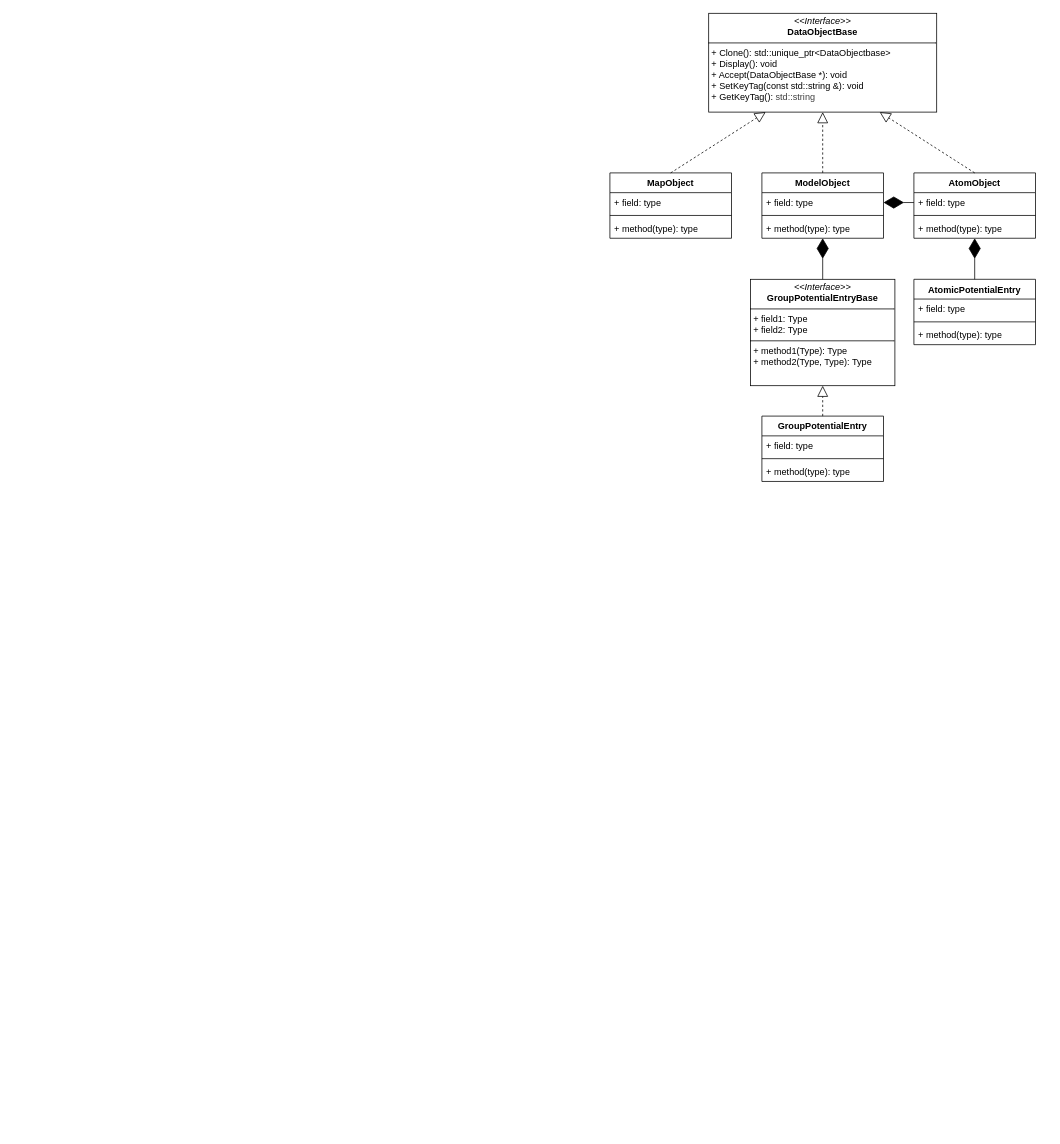
Earlier version of the draw.io diagram docs/developer/architecture/diagrams/dataobject-class-diagram.drawio (yslianTim/rhbm_gem). Source tidied: cells renumbered, new cells numbered last; positions are measured from the earlier drawing's top-left corner, leaving out a move shared by most shapes. Both pictures are drawn from the tidied source at 76%, with x=0, y=0 at pixel (610, 13).
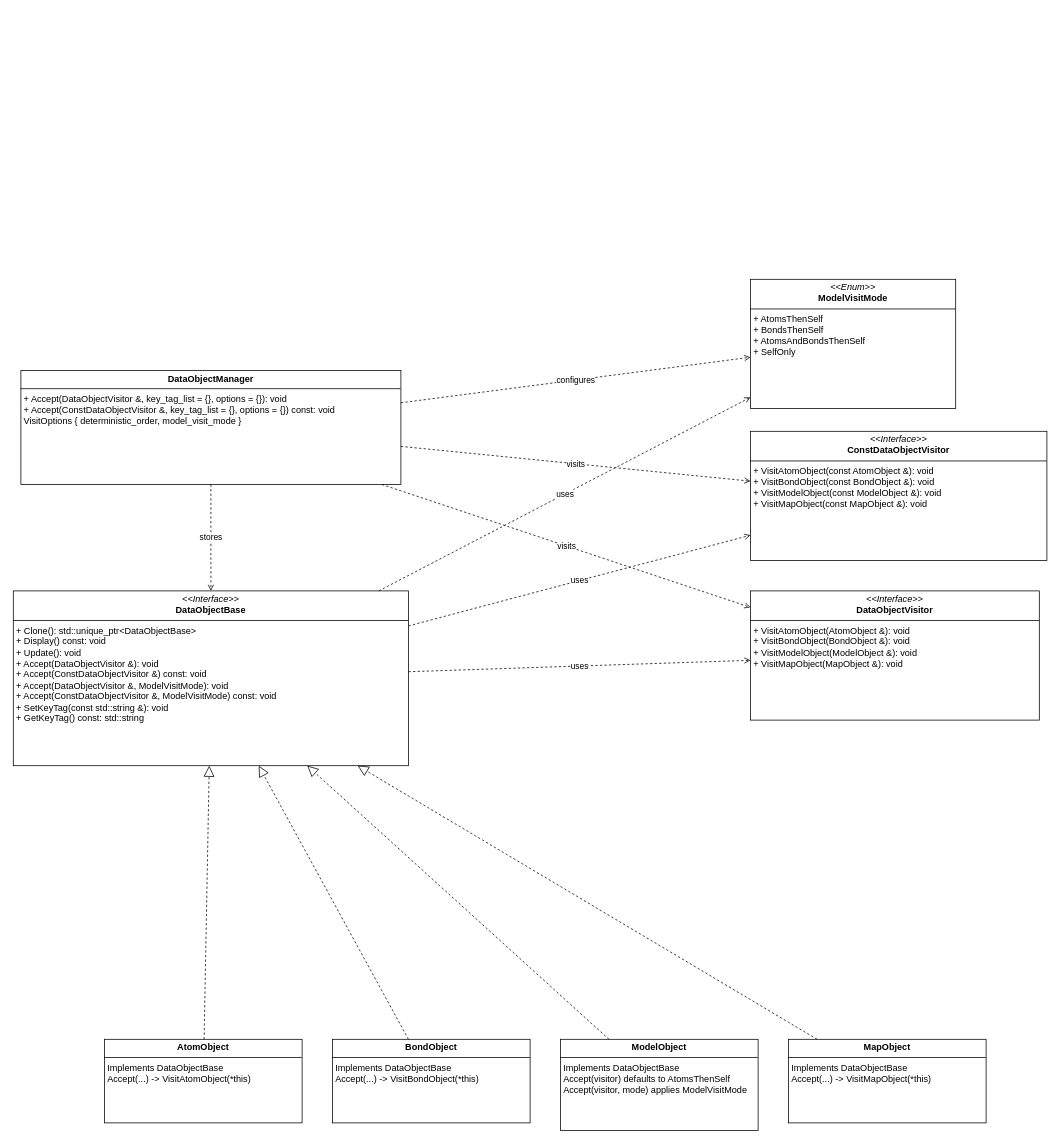
After the change.

Change to the diagram source:
```diff
@@
-    <mxCell id="2" value="AtomObject" style="swimlane;fontStyle=1;align=center;verticalAlign=top;horizontal=1;startSize=26;whiteSpace=wrap;html=1;" parent="1" vertex="1">
-      <mxGeometry x="400" y="210" width="160" height="86" as="geometry" />
-    </mxCell>
-    <mxCell id="3" value="+ field: type" style="text;strokeColor=none;fillColor=none;align=left;verticalAlign=top;spacingLeft=4;spacingRight=4;overflow=hidden;points=[[0,0.5],[1,0.5]];portConstraint=eastwest;whiteSpace=wrap;html=1;" parent="2" vertex="1">
-      <mxGeometry y="26" width="160" height="26" as="geometry" />
-    </mxCell>
-    <mxCell id="4" style="line;strokeWidth=1;fillColor=none;align=left;verticalAlign=middle;spacingTop=-1;spacingLeft=3;spacingRight=3;labelPosition=right;strokeColor=inherit;" parent="2" vertex="1">
-      <mxGeometry y="52" width="160" height="8" as="geometry" />
-    </mxCell>
-    <mxCell id="5" value="+ method(type): type" style="text;strokeColor=none;fillColor=none;align=left;verticalAlign=top;spacingLeft=4;spacingRight=4;overflow=hidden;whiteSpace=wrap;html=1;" parent="2" vertex="1">
-      <mxGeometry y="60" width="160" height="26" as="geometry" />
-    </mxCell>
-    <mxCell id="6" value="&lt;p style=&quot;margin:0px;margin-top:4px;text-align:center;&quot;&gt;&lt;i&gt;&amp;lt;&amp;lt;Interface&amp;gt;&amp;gt;&lt;/i&gt;&lt;br&gt;&lt;b&gt;DataObjectBase&lt;/b&gt;&lt;/p&gt;&lt;hr size=&quot;1&quot; style=&quot;border-style:solid;&quot;&gt;&lt;p style=&quot;margin:0px;margin-left:4px;&quot;&gt;+ Clone(): std::unique_ptr&amp;lt;DataObjectbase&amp;gt;&lt;br&gt;+ Display(): void&lt;/p&gt;&lt;p style=&quot;margin:0px;margin-left:4px;&quot;&gt;+ Accept(DataObjectBase *): void&lt;/p&gt;&lt;p style=&quot;margin:0px;margin-left:4px;&quot;&gt;+ SetKeyTag(const std::string &amp;amp;): void&lt;/p&gt;&lt;p style=&quot;margin:0px;margin-left:4px;&quot;&gt;+ GetKeyTag():&amp;nbsp;&lt;span style=&quot;color: rgb(63, 63, 63); background-color: transparent;&quot;&gt;std::string&lt;/span&gt;&lt;/p&gt;" style="verticalAlign=top;align=left;overflow=fill;html=1;whiteSpace=wrap;rounded=0;glass=0;shadow=0;perimeterSpacing=0;strokeWidth=1;" parent="1" vertex="1">
-      <mxGeometry x="130" width="300" height="130" as="geometry" />
-    </mxCell>
-    <mxCell id="7" value="ModelObject" style="swimlane;fontStyle=1;align=center;verticalAlign=top;horizontal=1;startSize=26;whiteSpace=wrap;html=1;" parent="1" vertex="1">
-      <mxGeometry x="200" y="210" width="160" height="86" as="geometry" />
-    </mxCell>
-    <mxCell id="8" value="+ field: type" style="text;strokeColor=none;fillColor=none;align=left;verticalAlign=top;spacingLeft=4;spacingRight=4;overflow=hidden;points=[[0,0.5],[1,0.5]];portConstraint=eastwest;whiteSpace=wrap;html=1;" parent="7" vertex="1">
-      <mxGeometry y="26" width="160" height="26" as="geometry" />
-    </mxCell>
-    <mxCell id="9" style="line;strokeWidth=1;fillColor=none;align=left;verticalAlign=middle;spacingTop=-1;spacingLeft=3;spacingRight=3;labelPosition=right;strokeColor=inherit;" parent="7" vertex="1">
-      <mxGeometry y="52" width="160" height="8" as="geometry" />
-    </mxCell>
-    <mxCell id="10" value="+ method(type): type" style="text;strokeColor=none;fillColor=none;align=left;verticalAlign=top;spacingLeft=4;spacingRight=4;overflow=hidden;points=[[0,0.5],[1,0.5]];portConstraint=eastwest;whiteSpace=wrap;html=1;" parent="7" vertex="1">
-      <mxGeometry y="60" width="160" height="26" as="geometry" />
+    <mxCell id="10" value="&lt;p style=&quot;margin:0px;margin-top:4px;text-align:center;&quot;&gt;&lt;i&gt;&amp;lt;&amp;lt;Interface&amp;gt;&amp;gt;&lt;/i&gt;&lt;br&gt;&lt;b&gt;DataObjectBase&lt;/b&gt;&lt;/p&gt;&lt;hr size=&quot;1&quot; style=&quot;border-style:solid;&quot;&gt;&lt;p style=&quot;margin:0px;margin-left:4px;&quot;&gt;+ Clone(): std::unique_ptr&amp;lt;DataObjectBase&amp;gt;&lt;br&gt;+ Display() const: void&lt;br&gt;+ Update(): void&lt;br&gt;+ Accept(DataObjectVisitor &amp;amp;): void&lt;br&gt;+ Accept(ConstDataObjectVisitor &amp;amp;) const: void&lt;br&gt;+ Accept(DataObjectVisitor &amp;amp;, ModelVisitMode): void&lt;br&gt;+ Accept(ConstDataObjectVisitor &amp;amp;, ModelVisitMode) const: void&lt;br&gt;+ SetKeyTag(const std::string &amp;amp;): void&lt;br&gt;+ GetKeyTag() const: std::string&lt;/p&gt;" style="verticalAlign=top;align=left;overflow=fill;html=1;whiteSpace=wrap;rounded=0;glass=0;shadow=0;perimeterSpacing=0;strokeWidth=1;" parent="1" vertex="1">
+      <mxGeometry x="-785" y="760" width="520" height="230" as="geometry" />
     </mxCell>
-    <mxCell id="11" value="MapObject" style="swimlane;fontStyle=1;align=center;verticalAlign=top;horizontal=1;startSize=26;whiteSpace=wrap;html=1;" parent="1" vertex="1">
-      <mxGeometry y="210" width="160" height="86" as="geometry" />
-    </mxCell>
-    <mxCell id="12" value="+ field: type" style="text;strokeColor=none;fillColor=none;align=left;verticalAlign=top;spacingLeft=4;spacingRight=4;overflow=hidden;whiteSpace=wrap;html=1;" parent="11" vertex="1">
-      <mxGeometry y="26" width="160" height="26" as="geometry" />
-    </mxCell>
-    <mxCell id="13" style="line;strokeWidth=1;fillColor=none;align=left;verticalAlign=middle;spacingTop=-1;spacingLeft=3;spacingRight=3;labelPosition=right;strokeColor=inherit;" parent="11" vertex="1">
-      <mxGeometry y="52" width="160" height="8" as="geometry" />
-    </mxCell>
-    <mxCell id="14" value="+ method(type): type" style="text;strokeColor=none;fillColor=none;align=left;verticalAlign=top;spacingLeft=4;spacingRight=4;overflow=hidden;whiteSpace=wrap;html=1;" parent="11" vertex="1">
-      <mxGeometry y="60" width="160" height="26" as="geometry" />
-    </mxCell>
-    <mxCell id="15" value="AtomicPotentialEntry" style="swimlane;fontStyle=1;align=center;verticalAlign=top;horizontal=1;startSize=26;whiteSpace=wrap;html=1;" parent="1" vertex="1">
-      <mxGeometry x="400" y="350" width="160" height="86" as="geometry" />
-    </mxCell>
-    <mxCell id="16" value="+ field: type" style="text;strokeColor=none;fillColor=none;align=left;verticalAlign=top;spacingLeft=4;spacingRight=4;overflow=hidden;whiteSpace=wrap;html=1;" parent="15" vertex="1">
-      <mxGeometry y="26" width="160" height="26" as="geometry" />
-    </mxCell>
-    <mxCell id="17" style="line;strokeWidth=1;fillColor=none;align=left;verticalAlign=middle;spacingTop=-1;spacingLeft=3;spacingRight=3;labelPosition=right;points=[];portConstraint=eastwest;strokeColor=inherit;" parent="15" vertex="1">
-      <mxGeometry y="52" width="160" height="8" as="geometry" />
+    <mxCell id="17" value="&lt;p style=&quot;margin:0px;margin-top:4px;text-align:center;&quot;&gt;&lt;i&gt;&amp;lt;&amp;lt;Interface&amp;gt;&amp;gt;&lt;/i&gt;&lt;br&gt;&lt;b&gt;DataObjectVisitor&lt;/b&gt;&lt;/p&gt;&lt;hr size=&quot;1&quot; style=&quot;border-style:solid;&quot;&gt;&lt;p style=&quot;margin:0px;margin-left:4px;&quot;&gt;+ VisitAtomObject(AtomObject &amp;amp;): void&lt;br&gt;+ VisitBondObject(BondObject &amp;amp;): void&lt;br&gt;+ VisitModelObject(ModelObject &amp;amp;): void&lt;br&gt;+ VisitMapObject(MapObject &amp;amp;): void&lt;/p&gt;" style="verticalAlign=top;align=left;overflow=fill;html=1;whiteSpace=wrap;rounded=0;glass=0;shadow=0;perimeterSpacing=0;strokeWidth=1;" parent="1" vertex="1">
+      <mxGeometry x="185" y="760" width="380" height="170" as="geometry" />
     </mxCell>
-    <mxCell id="18" value="+ method(type): type" style="text;strokeColor=none;fillColor=none;align=left;verticalAlign=top;spacingLeft=4;spacingRight=4;overflow=hidden;points=[[0,0.5],[1,0.5]];portConstraint=eastwest;whiteSpace=wrap;html=1;" parent="15" vertex="1">
-      <mxGeometry y="60" width="160" height="26" as="geometry" />
+    <mxCell id="18" value="&lt;p style=&quot;margin:0px;margin-top:4px;text-align:center;&quot;&gt;&lt;i&gt;&amp;lt;&amp;lt;Interface&amp;gt;&amp;gt;&lt;/i&gt;&lt;br&gt;&lt;b&gt;ConstDataObjectVisitor&lt;/b&gt;&lt;/p&gt;&lt;hr size=&quot;1&quot; style=&quot;border-style:solid;&quot;&gt;&lt;p style=&quot;margin:0px;margin-left:4px;&quot;&gt;+ VisitAtomObject(const AtomObject &amp;amp;): void&lt;br&gt;+ VisitBondObject(const BondObject &amp;amp;): void&lt;br&gt;+ VisitModelObject(const ModelObject &amp;amp;): void&lt;br&gt;+ VisitMapObject(const MapObject &amp;amp;): void&lt;/p&gt;" style="verticalAlign=top;align=left;overflow=fill;html=1;whiteSpace=wrap;rounded=0;glass=0;shadow=0;perimeterSpacing=0;strokeWidth=1;" parent="1" vertex="1">
+      <mxGeometry x="185" y="550" width="390" height="170" as="geometry" />
     </mxCell>
-    <mxCell id="19" value="&lt;p style=&quot;margin:0px;margin-top:4px;text-align:center;&quot;&gt;&lt;i&gt;&amp;lt;&amp;lt;Interface&amp;gt;&amp;gt;&lt;/i&gt;&lt;br&gt;&lt;b&gt;GroupPotentialEntryBase&lt;/b&gt;&lt;/p&gt;&lt;hr size=&quot;1&quot; style=&quot;border-style:solid;&quot;&gt;&lt;p style=&quot;margin:0px;margin-left:4px;&quot;&gt;+ field1: Type&lt;br&gt;+ field2: Type&lt;/p&gt;&lt;hr size=&quot;1&quot; style=&quot;border-style:solid;&quot;&gt;&lt;p style=&quot;margin:0px;margin-left:4px;&quot;&gt;+ method1(Type): Type&lt;br&gt;+ method2(Type, Type): Type&lt;/p&gt;" style="verticalAlign=top;align=left;overflow=fill;html=1;whiteSpace=wrap;" parent="1" vertex="1">
-      <mxGeometry x="185" y="350" width="190" height="140" as="geometry" />
+    <mxCell id="19" value="&lt;p style=&quot;margin:0px;margin-top:4px;text-align:center;&quot;&gt;&lt;i&gt;&amp;lt;&amp;lt;Enum&amp;gt;&amp;gt;&lt;/i&gt;&lt;br&gt;&lt;b&gt;ModelVisitMode&lt;/b&gt;&lt;/p&gt;&lt;hr size=&quot;1&quot; style=&quot;border-style:solid;&quot;&gt;&lt;p style=&quot;margin:0px;margin-left:4px;&quot;&gt;+ AtomsThenSelf&lt;br&gt;+ BondsThenSelf&lt;br&gt;+ AtomsAndBondsThenSelf&lt;br&gt;+ SelfOnly&lt;/p&gt;" style="verticalAlign=top;align=left;overflow=fill;html=1;whiteSpace=wrap;rounded=0;glass=0;shadow=0;perimeterSpacing=0;strokeWidth=1;" parent="1" vertex="1">
+      <mxGeometry x="185" y="350" width="270" height="170" as="geometry" />
     </mxCell>
-    <mxCell id="20" value="GroupPotentialEntry" style="swimlane;fontStyle=1;align=center;verticalAlign=top;horizontal=1;startSize=26;whiteSpace=wrap;html=1;" parent="1" vertex="1">
-      <mxGeometry x="200" y="530" width="160" height="86" as="geometry" />
-    </mxCell>
-    <mxCell id="21" value="+ field: type" style="text;strokeColor=none;fillColor=none;align=left;verticalAlign=top;spacingLeft=4;spacingRight=4;overflow=hidden;whiteSpace=wrap;html=1;" parent="20" vertex="1">
-      <mxGeometry y="26" width="160" height="26" as="geometry" />
-    </mxCell>
-    <mxCell id="22" style="line;strokeWidth=1;fillColor=none;align=left;verticalAlign=middle;spacingTop=-1;spacingLeft=3;spacingRight=3;labelPosition=right;strokeColor=inherit;" parent="20" vertex="1">
-      <mxGeometry y="52" width="160" height="8" as="geometry" />
-    </mxCell>
-    <mxCell id="23" value="+ method(type): type" style="text;strokeColor=none;fillColor=none;align=left;verticalAlign=top;spacingLeft=4;spacingRight=4;overflow=hidden;whiteSpace=wrap;html=1;" parent="20" vertex="1">
-      <mxGeometry y="60" width="160" height="26" as="geometry" />
-    </mxCell>
-    <mxCell id="24" style="endArrow=block;dashed=1;endFill=0;endSize=12;html=1;exitX=0.5;exitY=0;exitDx=0;exitDy=0;entryX=0.25;entryY=1;entryDx=0;entryDy=0;" parent="1" edge="1" source="11" target="6">
-      <mxGeometry relative="1" as="geometry" />
-    </mxCell>
-    <mxCell id="25" style="endArrow=block;dashed=1;endFill=0;endSize=12;html=1;exitX=0.5;exitY=0;exitDx=0;exitDy=0;entryX=0.5;entryY=1;entryDx=0;entryDy=0;" parent="1" edge="1" source="7" target="6">
-      <mxGeometry relative="1" as="geometry" />
-    </mxCell>
-    <mxCell id="26" style="endArrow=block;dashed=1;endFill=0;endSize=12;html=1;exitX=0.5;exitY=0;exitDx=0;exitDy=0;entryX=0.75;entryY=1;entryDx=0;entryDy=0;" parent="1" edge="1" source="2" target="6">
-      <mxGeometry relative="1" as="geometry" />
-    </mxCell>
-    <mxCell id="27" style="endArrow=diamondThin;endFill=1;endSize=24;html=1;entryX=1;entryY=0.5;entryDx=0;entryDy=0;exitX=0;exitY=0.5;exitDx=0;exitDy=0;" parent="1" edge="1" source="3" target="8">
-      <mxGeometry relative="1" as="geometry" />
+    <mxCell id="27" value="&lt;p style=&quot;margin:0px;margin-top:4px;text-align:center;&quot;&gt;&lt;b&gt;AtomObject&lt;/b&gt;&lt;/p&gt;&lt;hr size=&quot;1&quot; style=&quot;border-style:solid;&quot;&gt;&lt;p style=&quot;margin:0px;margin-left:4px;&quot;&gt;Implements DataObjectBase&lt;br&gt;Accept(...) -&amp;gt; VisitAtomObject(*this)&lt;/p&gt;" style="verticalAlign=top;align=left;overflow=fill;html=1;whiteSpace=wrap;rounded=0;glass=0;shadow=0;perimeterSpacing=0;strokeWidth=1;" parent="1" vertex="1">
+      <mxGeometry x="-665" y="1350" width="260" height="110" as="geometry" />
     </mxCell>
-    <mxCell id="28" style="endArrow=diamondThin;endFill=1;endSize=24;html=1;exitX=0.5;exitY=0;exitDx=0;exitDy=0;" parent="1" edge="1" source="15" target="2">
-      <mxGeometry relative="1" as="geometry" />
+    <mxCell id="28" value="&lt;p style=&quot;margin:0px;margin-top:4px;text-align:center;&quot;&gt;&lt;b&gt;BondObject&lt;/b&gt;&lt;/p&gt;&lt;hr size=&quot;1&quot; style=&quot;border-style:solid;&quot;&gt;&lt;p style=&quot;margin:0px;margin-left:4px;&quot;&gt;Implements DataObjectBase&lt;br&gt;Accept(...) -&amp;gt; VisitBondObject(*this)&lt;/p&gt;" style="verticalAlign=top;align=left;overflow=fill;html=1;whiteSpace=wrap;rounded=0;glass=0;shadow=0;perimeterSpacing=0;strokeWidth=1;" parent="1" vertex="1">
+      <mxGeometry x="-365" y="1350" width="260" height="110" as="geometry" />
     </mxCell>
-    <mxCell id="29" style="endArrow=diamondThin;endFill=1;endSize=24;html=1;exitX=0.5;exitY=0;exitDx=0;exitDy=0;" parent="1" edge="1" source="19" target="7">
-      <mxGeometry relative="1" as="geometry" />
+    <mxCell id="29" value="&lt;p style=&quot;margin:0px;margin-top:4px;text-align:center;&quot;&gt;&lt;b&gt;ModelObject&lt;/b&gt;&lt;/p&gt;&lt;hr size=&quot;1&quot; style=&quot;border-style:solid;&quot;&gt;&lt;p style=&quot;margin:0px;margin-left:4px;&quot;&gt;Implements DataObjectBase&lt;br&gt;Accept(visitor) defaults to AtomsThenSelf&lt;br&gt;Accept(visitor, mode) applies ModelVisitMode&lt;/p&gt;" style="verticalAlign=top;align=left;overflow=fill;html=1;whiteSpace=wrap;rounded=0;glass=0;shadow=0;perimeterSpacing=0;strokeWidth=1;" parent="1" vertex="1">
+      <mxGeometry x="-65" y="1350" width="260" height="120" as="geometry" />
     </mxCell>
-    <mxCell id="30" style="endArrow=block;dashed=1;endFill=0;endSize=12;html=1;exitX=0.5;exitY=0;exitDx=0;exitDy=0;entryX=0.5;entryY=1;entryDx=0;entryDy=0;" parent="1" edge="1" source="20" target="19">
-      <mxGeometry relative="1" as="geometry" />
+    <mxCell id="30" value="&lt;p style=&quot;margin:0px;margin-top:4px;text-align:center;&quot;&gt;&lt;b&gt;MapObject&lt;/b&gt;&lt;/p&gt;&lt;hr size=&quot;1&quot; style=&quot;border-style:solid;&quot;&gt;&lt;p style=&quot;margin:0px;margin-left:4px;&quot;&gt;Implements DataObjectBase&lt;br&gt;Accept(...) -&amp;gt; VisitMapObject(*this)&lt;/p&gt;" style="verticalAlign=top;align=left;overflow=fill;html=1;whiteSpace=wrap;rounded=0;glass=0;shadow=0;perimeterSpacing=0;strokeWidth=1;" parent="1" vertex="1">
+      <mxGeometry x="235" y="1350" width="260" height="110" as="geometry" />
     </mxCell>
+    <mxCell id="31" value="&lt;p style=&quot;margin:0px;margin-top:4px;text-align:center;&quot;&gt;&lt;b&gt;DataObjectManager&lt;/b&gt;&lt;/p&gt;&lt;hr size=&quot;1&quot; style=&quot;border-style:solid;&quot;&gt;&lt;p style=&quot;margin:0px;margin-left:4px;&quot;&gt;+ Accept(DataObjectVisitor &amp;amp;, key_tag_list = {}, options = {}): void&lt;br&gt;+ Accept(ConstDataObjectVisitor &amp;amp;, key_tag_list = {}, options = {}) const: void&lt;br&gt;VisitOptions { deterministic_order, model_visit_mode }&lt;/p&gt;" style="verticalAlign=top;align=left;overflow=fill;html=1;whiteSpace=wrap;rounded=0;glass=0;shadow=0;perimeterSpacing=0;strokeWidth=1;" parent="1" vertex="1">
+      <mxGeometry x="-775" y="470" width="500" height="150" as="geometry" />
+    </mxCell>
+    <mxCell id="32" style="endArrow=block;dashed=1;endFill=0;endSize=12;html=1;" parent="1" edge="1" source="27" target="10">
+      <mxGeometry relative="1" as="geometry" />
+    </mxCell>
+    <mxCell id="33" style="endArrow=block;dashed=1;endFill=0;endSize=12;html=1;" parent="1" edge="1" source="28" target="10">
+      <mxGeometry relative="1" as="geometry" />
+    </mxCell>
+    <mxCell id="34" style="endArrow=block;dashed=1;endFill=0;endSize=12;html=1;" parent="1" edge="1" source="29" target="10">
+      <mxGeometry relative="1" as="geometry" />
+    </mxCell>
+    <mxCell id="35" style="endArrow=block;dashed=1;endFill=0;endSize=12;html=1;" parent="1" edge="1" source="30" target="10">
+      <mxGeometry relative="1" as="geometry" />
+    </mxCell>
+    <mxCell id="36" value="uses" style="endArrow=open;dashed=1;endFill=0;html=1;" parent="1" edge="1" source="10" target="17">
+      <mxGeometry relative="1" as="geometry" />
+    </mxCell>
+    <mxCell id="37" value="uses" style="endArrow=open;dashed=1;endFill=0;html=1;" parent="1" edge="1" source="10" target="18">
+      <mxGeometry relative="1" as="geometry" />
+    </mxCell>
+    <mxCell id="38" value="uses" style="endArrow=open;dashed=1;endFill=0;html=1;" parent="1" edge="1" source="10" target="19">
+      <mxGeometry relative="1" as="geometry" />
+    </mxCell>
+    <mxCell id="39" value="visits" style="endArrow=open;dashed=1;endFill=0;html=1;" parent="1" edge="1" source="31" target="17">
+      <mxGeometry relative="1" as="geometry" />
+    </mxCell>
+    <mxCell id="40" value="visits" style="endArrow=open;dashed=1;endFill=0;html=1;" parent="1" edge="1" source="31" target="18">
+      <mxGeometry relative="1" as="geometry" />
+    </mxCell>
+    <mxCell id="41" value="stores" style="endArrow=open;dashed=1;endFill=0;html=1;" parent="1" edge="1" source="31" target="10">
+      <mxGeometry relative="1" as="geometry" />
+    </mxCell>
+    <mxCell id="42" value="configures" style="endArrow=open;dashed=1;endFill=0;html=1;" parent="1" edge="1" source="31" target="19">
+      <mxGeometry relative="1" as="geometry" />
+    </mxCell>
```
